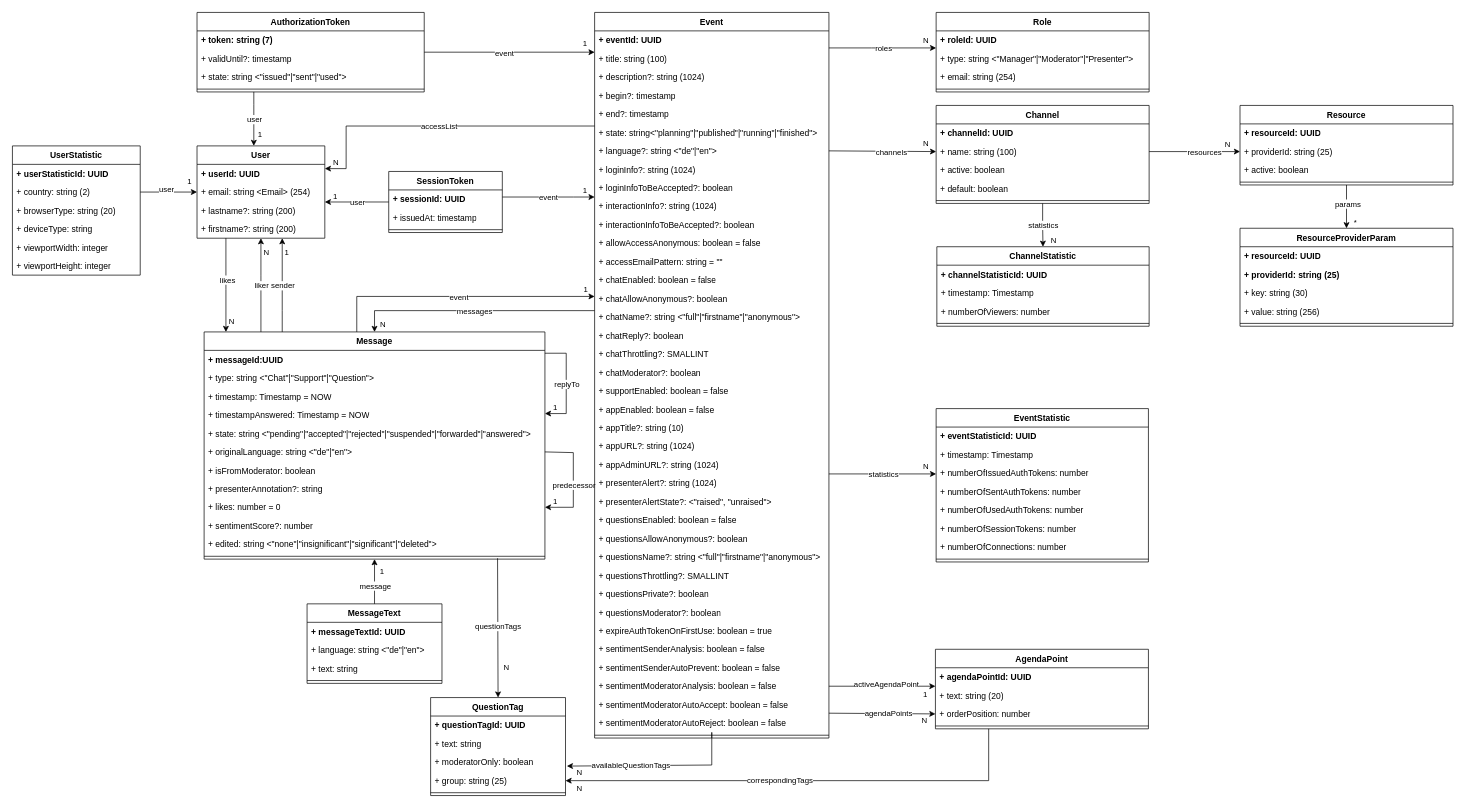
rse/broadcast keeps this draw.io diagram as page "Page-1" (1 of 2) of doc/2-specification-datamodel.drawio. Above is the earlier version. Source tidied: cells renumbered, new cells numbered last; positions are measured from the earlier drawing's top-left corner, leaving out a move shared by most shapes. Both pictures are drawn from the tidied source at 71%, with x=0, y=0 at pixel (12, 12).
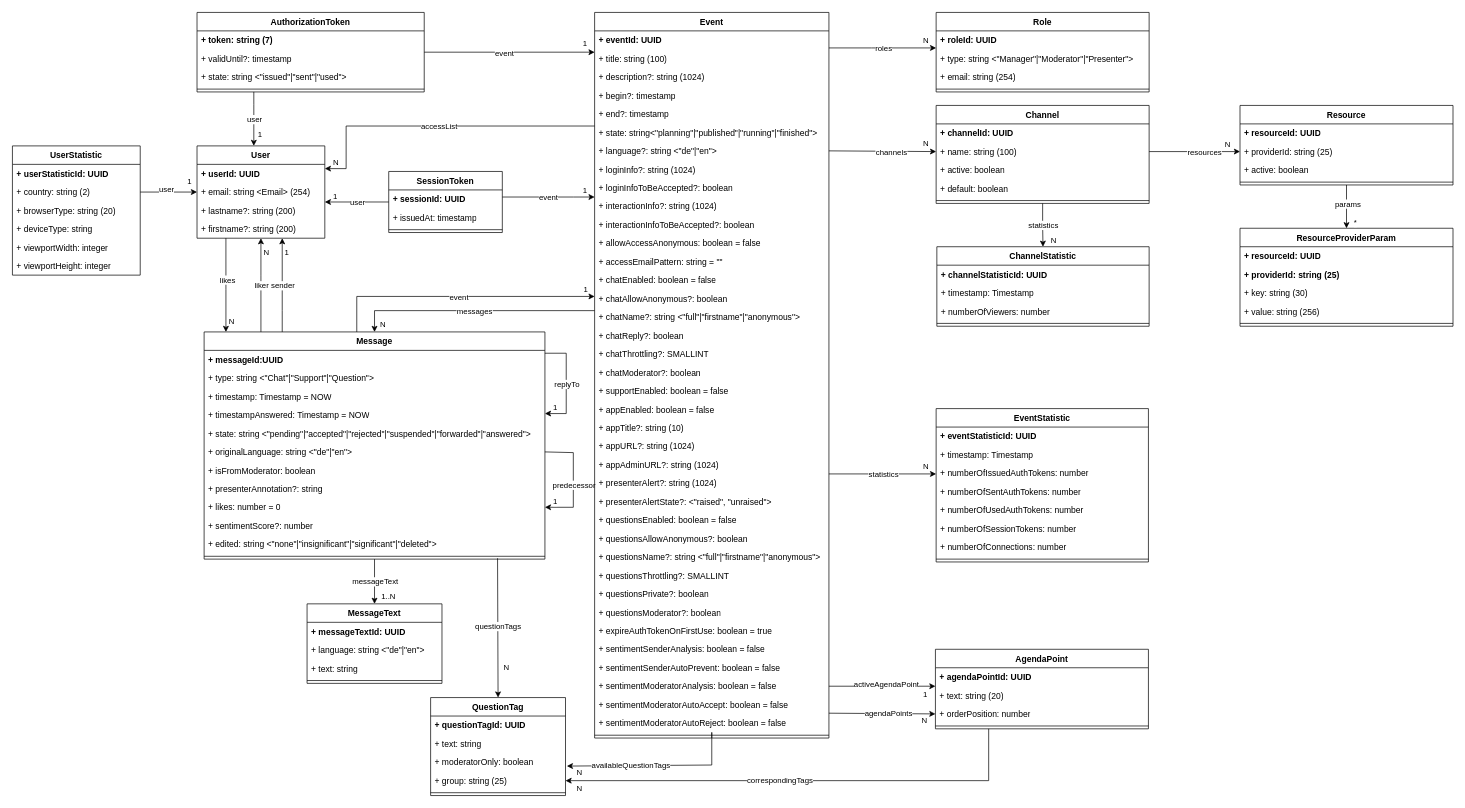
The same diagram, later.

Commit message (it also covers changes not shown here):
flush changes to specification

The change refers to these unchanged cells:
```xml
<mxCell id="11" value="Message" style="swimlane;fontStyle=1;align=center;verticalAlign=top;horizontal=1;startSize=26;whiteSpace=wrap;html=1;" parent="1" vertex="1">
  <mxGeometry x="270" y="450" width="480" height="320" as="geometry" />
</mxCell>
<mxCell id="26" value="MessageText" style="swimlane;fontStyle=1;align=center;verticalAlign=top;horizontal=1;startSize=26;whiteSpace=wrap;html=1;" parent="1" vertex="1">
  <mxGeometry x="415" y="833" width="190" height="112" as="geometry" />
</mxCell>
```

Change to the diagram source:
```diff
@@
-    <mxCell id="36" style="endArrow=classic;html=1;rounded=0;edgeStyle=orthogonalEdgeStyle;" parent="1" edge="1" source="26" target="11">
+    <mxCell id="36" style="endArrow=classic;html=1;rounded=0;edgeStyle=orthogonalEdgeStyle;exitX=0.5;exitY=1;exitDx=0;exitDy=0;entryX=0.5;entryY=0;entryDx=0;entryDy=0;" parent="1" edge="1" source="11" target="26">
       <mxGeometry relative="1" as="geometry" />
     </mxCell>
-    <mxCell id="37" value="message" style="edgeLabel;html=1;align=center;verticalAlign=middle;" parent="36" vertex="1">
+    <mxCell id="37" value="messageText" style="edgeLabel;html=1;align=center;verticalAlign=middle;" parent="36" vertex="1">
       <mxGeometry relative="1" as="geometry">
-        <mxPoint y="6" as="offset" />
+        <mxPoint y="-1" as="offset" />
       </mxGeometry>
     </mxCell>
-    <mxCell id="38" value="1" style="edgeLabel;html=1;align=right;verticalAlign=bottom;" parent="36" vertex="1">
+    <mxCell id="38" value="1..N" style="edgeLabel;html=1;align=right;verticalAlign=bottom;" parent="36" vertex="1">
       <mxGeometry x="1" relative="1" as="geometry">
-        <mxPoint x="14" y="26" as="offset" />
+        <mxPoint x="30" y="-3" as="offset" />
       </mxGeometry>
     </mxCell>
```
